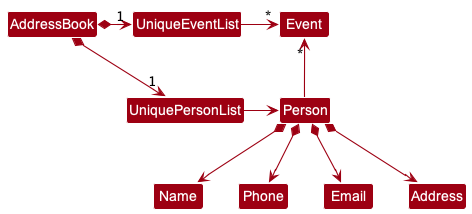
Above: docs/images/BetterModelClassDiagram.png in nus-cs2103-AY2223S2/tp (PlantUML), before the change.
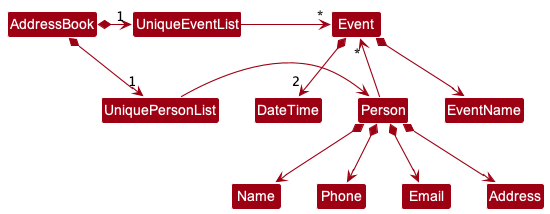
After the commit.

Change to the diagram source:
```diff
@@ -18,4 +18,7 @@
 Person *--> Phone
 Person *--> Email
 Person *--> Address
+
+Event *--> EventName
+Event *--> "2" DateTime
 @enduml
```
